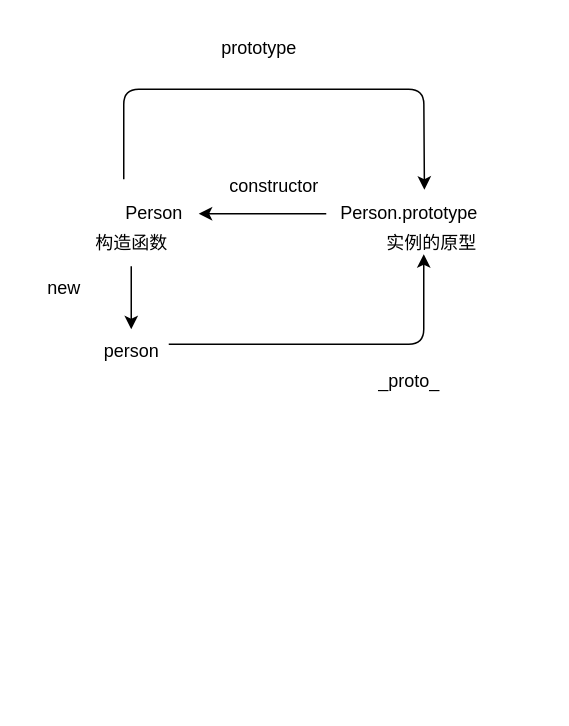
Earlier version of the draw.io diagram 严肃学习最强课/1.dio (xizhilanre/Relearning_Front-End_Development). Source tidied: cells renumbered, new cells numbered last; positions are measured from the earlier drawing's top-left corner, leaving out a move shared by most shapes. Both pictures are drawn from the tidied source at 150%, with x=0, y=0 at pixel (26, 26).
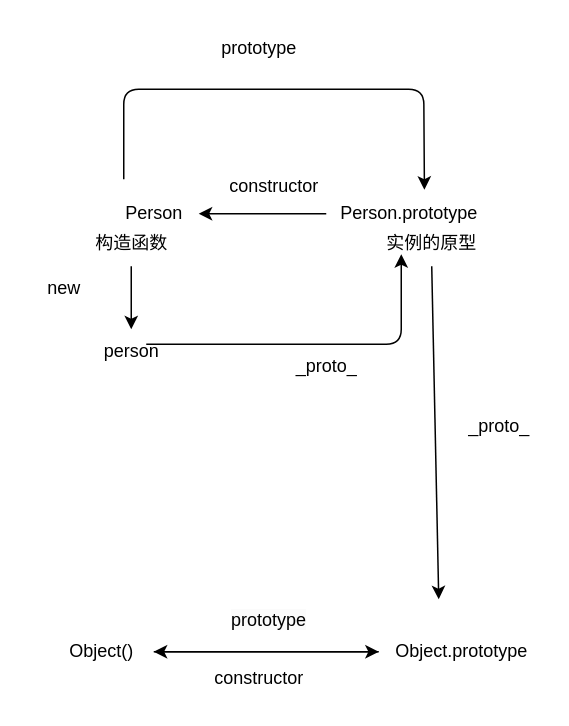
Above is the later version.

The change refers to these unchanged cells:
```xml
<mxCell id="9" value="实例的原型" style="text;html=1;align=center;verticalAlign=middle;points=[];strokeColor=none;fillColor=none;" parent="1" vertex="1">
  <mxGeometry x="230" y="130" width="80" height="30" as="geometry" />
</mxCell>
```

Diff of the diagram source:
```diff
@@
     <mxCell id="12" style="edgeStyle=none;html=1;" parent="1" edge="1">
       <mxGeometry relative="1" as="geometry">
-        <mxPoint x="95" y="212" as="sourcePoint" />
-        <mxPoint x="265" y="152" as="targetPoint" />
+        <mxPoint x="80" y="212" as="sourcePoint" />
+        <mxPoint x="250" y="152" as="targetPoint" />
         <Array as="points">
-          <mxPoint x="265" y="212" />
+          <mxPoint x="250" y="212" />
         </Array>
       </mxGeometry>
     </mxCell>
     <mxCell id="13" value="_proto_" style="text;html=1;align=center;verticalAlign=middle;strokeColor=none;fillColor=none;" parent="1" vertex="1">
-      <mxGeometry x="225" y="222" width="60" height="30" as="geometry" />
+      <mxGeometry x="170" y="212" width="60" height="30" as="geometry" />
     </mxCell>
@@
+    <mxCell id="15" style="edgeStyle=none;html=1;" parent="1" edge="1" source="16" target="20">
+      <mxGeometry relative="1" as="geometry" />
+    </mxCell>
+    <mxCell id="16" value="Object.prototype" style="text;html=1;align=center;verticalAlign=middle;points=[];strokeColor=none;fillColor=none;" parent="1" vertex="1">
+      <mxGeometry x="235" y="402" width="110" height="30" as="geometry" />
+    </mxCell>
+    <mxCell id="17" value="_proto_" style="text;html=1;align=center;verticalAlign=middle;strokeColor=none;fillColor=none;" parent="1" vertex="1">
+      <mxGeometry x="285" y="252" width="60" height="30" as="geometry" />
+    </mxCell>
+    <mxCell id="18" style="edgeStyle=none;html=1;" parent="1" edge="1" source="9">
+      <mxGeometry relative="1" as="geometry">
+        <mxPoint x="275" y="382" as="targetPoint" />
+      </mxGeometry>
+    </mxCell>
+    <mxCell id="19" style="edgeStyle=none;html=1;" parent="1" edge="1" source="20">
+      <mxGeometry relative="1" as="geometry">
+        <mxPoint x="235" y="417" as="targetPoint" />
+      </mxGeometry>
+    </mxCell>
+    <mxCell id="20" value="Object()" style="text;html=1;align=center;verticalAlign=middle;points=[];strokeColor=none;fillColor=none;" parent="1" vertex="1">
+      <mxGeometry x="15" y="402" width="70" height="30" as="geometry" />
+    </mxCell>
+    <mxCell id="21" value="&lt;span style=&quot;color: rgb(0, 0, 0); font-family: Helvetica; font-size: 12px; font-style: normal; font-variant-ligatures: normal; font-variant-caps: normal; font-weight: 400; letter-spacing: normal; orphans: 2; text-align: center; text-indent: 0px; text-transform: none; widows: 2; word-spacing: 0px; -webkit-text-stroke-width: 0px; white-space: nowrap; background-color: rgb(251, 251, 251); text-decoration-thickness: initial; text-decoration-style: initial; text-decoration-color: initial; display: inline !important; float: none;&quot;&gt;prototype&lt;/span&gt;" style="text;whiteSpace=wrap;html=1;" parent="1" vertex="1">
+      <mxGeometry x="135" y="382" width="80" height="40" as="geometry" />
+    </mxCell>
+    <mxCell id="22" value="constructor" style="text;html=1;align=center;verticalAlign=middle;strokeColor=none;fillColor=none;" parent="1" vertex="1">
+      <mxGeometry x="115" y="420" width="80" height="30" as="geometry" />
+    </mxCell>
```
